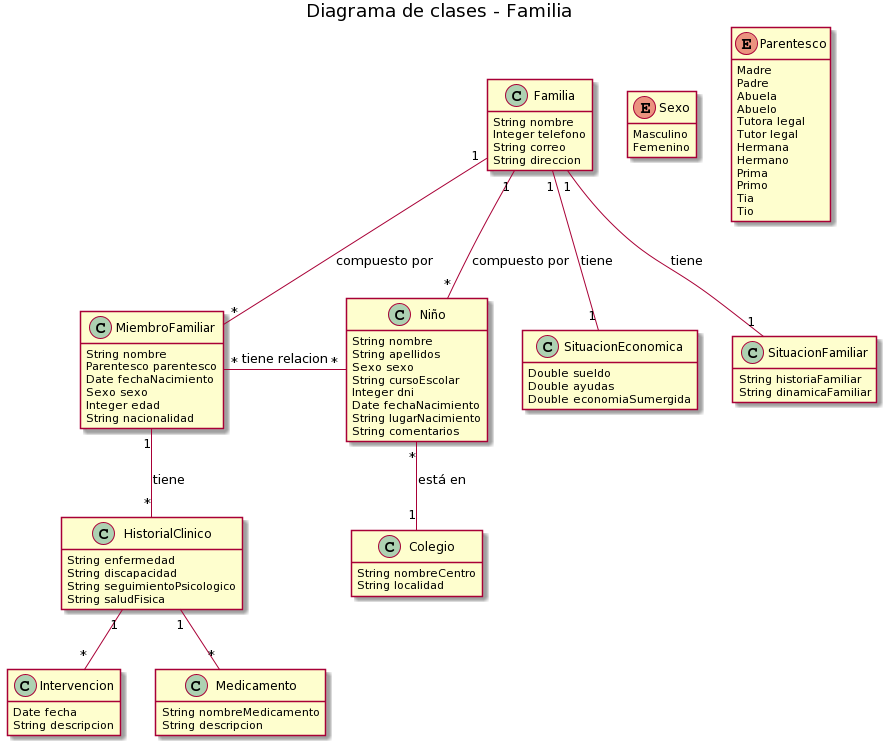
Earlier version of the PlantUML export diagrama/Diagramas 2.0/familia.png (marsamber/proyectoIR). Its diagram source:
```plantuml
@startuml
hide methods

title Diagrama de clases - Familia

class MiembroFamiliar{
    String nombre
    Parentesco parentesco
    Date fechaNacimiento
    Sexo sexo
    Integer edad
    String nacionalidad
}

class Niño{
    String nombre
    String apellidos
    Sexo sexo
    String cursoEscolar
    Integer dni
    Date fechaNacimiento
    String lugarNacimiento
    String comentarios
}

class SituacionEconomica{
    Double sueldo
    Double ayudas
    Double economiaSumergida
}

class HistorialClinico{
    String enfermedad
    String discapacidad
    String seguimientoPsicologico
    String saludFisica
}

class SituacionFamiliar{
    String historiaFamiliar
    String dinamicaFamiliar
}
class Familia{
    String nombre
    Integer telefono
    String correo
    String direccion
}

class Colegio{
    String nombreCentro
    String localidad
}

enum Sexo{
    Masculino
    Femenino
}

enum Parentesco{
    Madre
    Padre
    Abuela
    Abuelo
    Tutora legal
    Tutor legal
    Hermana
    Hermano
    Prima
    Primo
    Tia
    Tio
}

class Intervencion{
    Date fecha
    String descripcion
}

class Medicamento{
    String nombreMedicamento
    String descripcion
}

Familia "1"--"*" MiembroFamiliar:compuesto por
Familia "1"--"*" Niño:compuesto por
Familia"1"--"1" SituacionEconomica:tiene
MiembroFamiliar "1"--"*" HistorialClinico:tiene
Familia "1"--"1" SituacionFamiliar:tiene
Niño "*"-left-"*"MiembroFamiliar:tiene relacion
Niño "*"-down-"1"Colegio:está en
HistorialClinico "1"-down-"*"Medicamento
HistorialClinico "1"-down-"*"Intervencion
@enduml
```
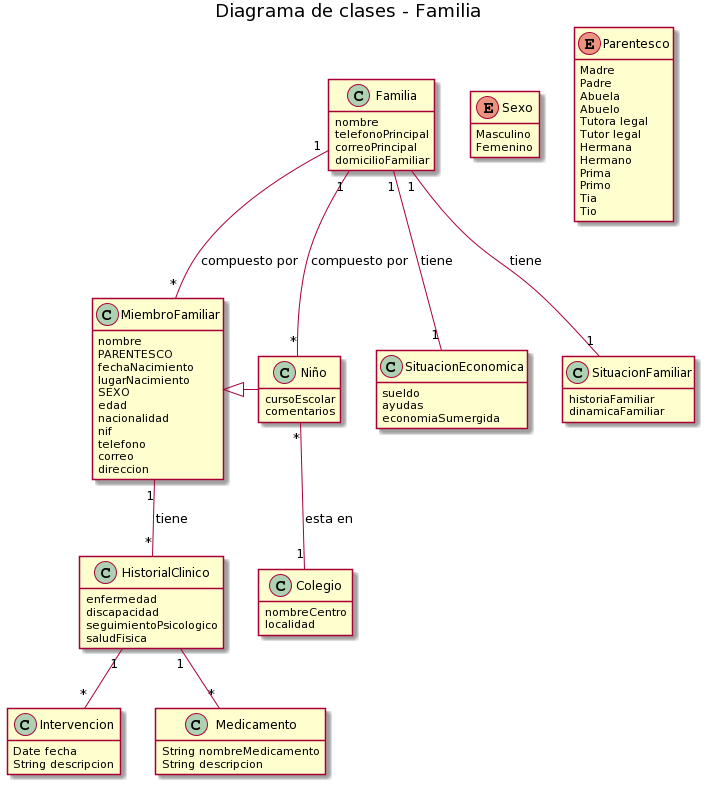
Above is the later version.

Commit message:
Añadir diagramas arreglados al rem

What changed in the source:
```diff
@@ -4,52 +4,51 @@
 title Diagrama de clases - Familia
 
 class MiembroFamiliar{
-    String nombre
-    Parentesco parentesco
-    Date fechaNacimiento
-    Sexo sexo
-    Integer edad
-    String nacionalidad
+    nombre
+    PARENTESCO
+    fechaNacimiento
+    lugarNacimiento
+    SEXO
+    edad
+    nacionalidad
+    nif
+    telefono
+    correo
+    direccion
 }
 
 class Niño{
-    String nombre
-    String apellidos
-    Sexo sexo
-    String cursoEscolar
-    Integer dni
-    Date fechaNacimiento
-    String lugarNacimiento
-    String comentarios
+    cursoEscolar
+    comentarios
 }
 
 class SituacionEconomica{
-    Double sueldo
-    Double ayudas
-    Double economiaSumergida
+    sueldo
+    ayudas
+    economiaSumergida
 }
 
 class HistorialClinico{
-    String enfermedad
-    String discapacidad
-    String seguimientoPsicologico
-    String saludFisica
+    enfermedad
+    discapacidad
+    seguimientoPsicologico
+    saludFisica
 }
 
 class SituacionFamiliar{
-    String historiaFamiliar
-    String dinamicaFamiliar
+    historiaFamiliar
+    dinamicaFamiliar
 }
 class Familia{
-    String nombre
-    Integer telefono
-    String correo
-    String direccion
+    nombre
+    telefonoPrincipal
+    correoPrincipal
+    domicilioFamiliar
 }
 
 class Colegio{
-    String nombreCentro
-    String localidad
+    nombreCentro
+    localidad
 }
 
 enum Sexo{
@@ -87,8 +86,8 @@
 Familia"1"--"1" SituacionEconomica:tiene
 MiembroFamiliar "1"--"*" HistorialClinico:tiene
 Familia "1"--"1" SituacionFamiliar:tiene
-Niño "*"-left-"*"MiembroFamiliar:tiene relacion
-Niño "*"-down-"1"Colegio:está en
+Niño -left-|> MiembroFamiliar
+Niño "*"-down-"1"Colegio:esta en
 HistorialClinico "1"-down-"*"Medicamento
 HistorialClinico "1"-down-"*"Intervencion
 @enduml
```
